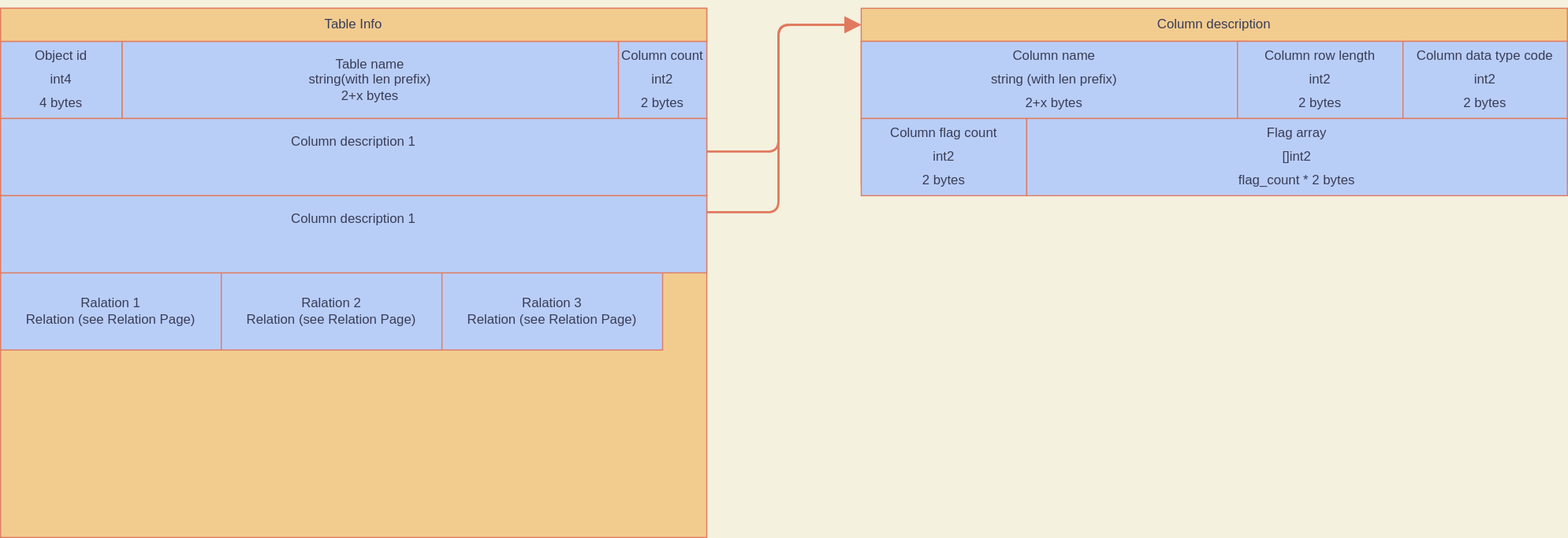
This is documentacion/table_info.doc.svg from Harry29-exe/HomegrownDB, a draw.io export, as it was before one commit. Source tidied: cells renumbered, new cells last; positions are measured from the earlier drawing's top-left corner, leaving out a move shared by most shapes.
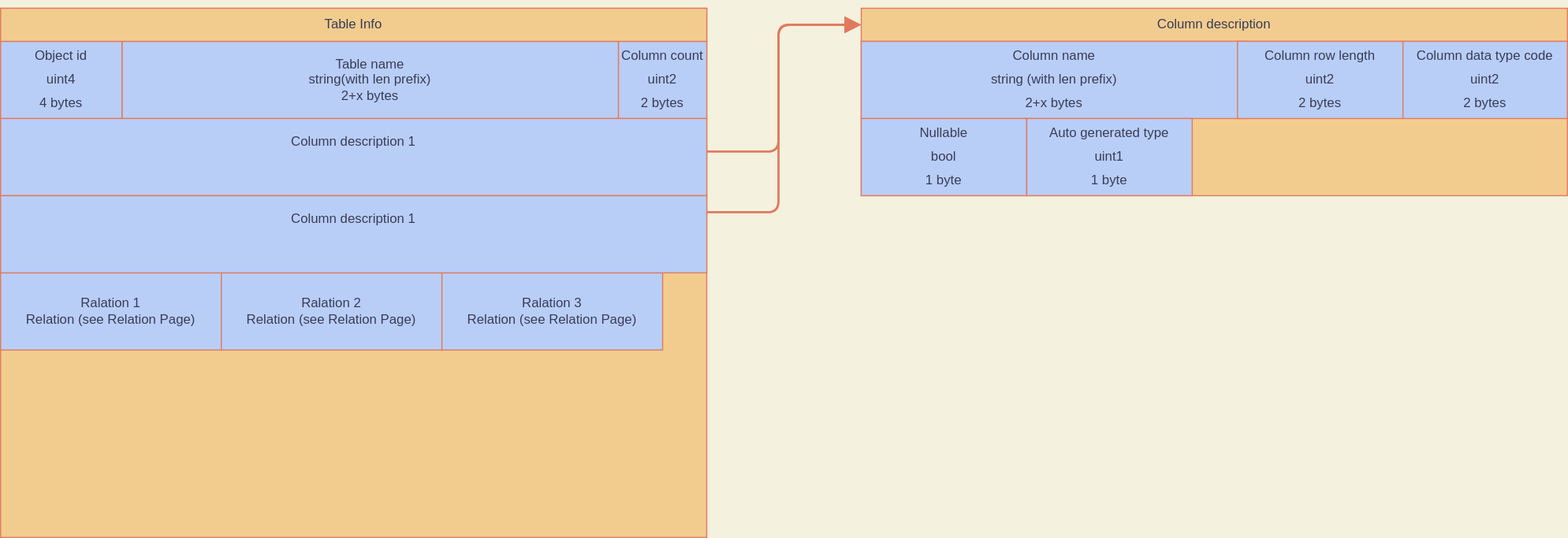
Later version of the same file.

Change to the diagram source:
```diff
@@ -3,7 +3,7 @@
     <mxCell id="0" />
     <mxCell id="1" parent="0" />
     <mxCell id="2" value="&lt;p style=&quot;line-height: 1.8&quot;&gt;&lt;br&gt;&lt;/p&gt;" style="rounded=0;whiteSpace=wrap;html=1;sketch=0;fontColor=#393C56;strokeColor=#E07A5F;fillColor=#F2CC8F;fontStyle=0;verticalAlign=middle;" parent="1" vertex="1">
-      <mxGeometry x="780" y="30" width="640" height="130" as="geometry" />
+      <mxGeometry x="780" y="30" width="640" height="140" as="geometry" />
     </mxCell>
     <mxCell id="3" style="rounded=0;whiteSpace=wrap;html=1;fillColor=#F2CC8F;strokeColor=#E07A5F;fontColor=#393C56;" parent="1" vertex="1">
       <mxGeometry width="640" height="480" as="geometry" />
@@ -11,7 +11,7 @@
     <mxCell id="4" value="&lt;span&gt;Table name&lt;/span&gt;&lt;br&gt;&lt;span&gt;string(with len prefix)&lt;br&gt;&lt;/span&gt;&lt;span&gt;2+x bytes&lt;/span&gt;&lt;span&gt;&lt;br&gt;&lt;/span&gt;" style="rounded=0;whiteSpace=wrap;html=1;sketch=0;fontColor=#393C56;strokeColor=#E07A5F;fillColor=#B9CEF7;fontStyle=0;labelBackgroundColor=none;" parent="1" vertex="1">
       <mxGeometry x="110" y="30" width="450" height="70" as="geometry" />
     </mxCell>
-    <mxCell id="5" value="&lt;p style=&quot;line-height: 1.8&quot;&gt;Object id&lt;br&gt;int4&lt;br&gt;4 bytes&lt;/p&gt;" style="rounded=0;whiteSpace=wrap;html=1;sketch=0;fontColor=#393C56;strokeColor=#E07A5F;fillColor=#B9CEF7;fontStyle=0;spacing=2;" parent="1" vertex="1">
+    <mxCell id="5" value="&lt;p style=&quot;line-height: 1.8&quot;&gt;Object id&lt;br&gt;uint4&lt;br&gt;4 bytes&lt;/p&gt;" style="rounded=0;whiteSpace=wrap;html=1;sketch=0;fontColor=#393C56;strokeColor=#E07A5F;fillColor=#B9CEF7;fontStyle=0;spacing=2;" parent="1" vertex="1">
       <mxGeometry y="30" width="110" height="70" as="geometry" />
     </mxCell>
     <mxCell id="6" style="rounded=1;sketch=0;jettySize=auto;html=1;fontColor=#393C56;strokeColor=#E07A5F;fillColor=#F2CC8F;strokeWidth=2;edgeStyle=orthogonalEdgeStyle;endArrow=block;endFill=1;endSize=10;entryX=0;entryY=0.5;entryDx=0;entryDy=0;exitX=1;exitY=0.5;exitDx=0;exitDy=0;" parent="1" edge="1" source="18" target="12">
@@ -29,7 +29,7 @@
         <mxPoint x="630" y="185" as="sourcePoint" />
       </mxGeometry>
     </mxCell>
-    <mxCell id="8" value="&lt;p style=&quot;line-height: 1.8&quot;&gt;Column count&lt;br&gt;int2&lt;br&gt;2 bytes&lt;/p&gt;" style="rounded=0;whiteSpace=wrap;html=1;sketch=0;fontColor=#393C56;strokeColor=#E07A5F;fillColor=#B9CEF7;fontStyle=0;spacing=2;" parent="1" vertex="1">
+    <mxCell id="8" value="&lt;p style=&quot;line-height: 1.8&quot;&gt;Column count&lt;br&gt;uint2&lt;br&gt;2 bytes&lt;/p&gt;" style="rounded=0;whiteSpace=wrap;html=1;sketch=0;fontColor=#393C56;strokeColor=#E07A5F;fillColor=#B9CEF7;fontStyle=0;spacing=2;" parent="1" vertex="1">
       <mxGeometry x="560" y="30" width="80" height="70" as="geometry" />
     </mxCell>
     <mxCell id="9" value="Ralation 1&lt;br&gt;Relation (see Relation Page)" style="rounded=0;whiteSpace=wrap;html=1;sketch=0;fontColor=#393C56;strokeColor=#E07A5F;fillColor=#B9CEF7;verticalAlign=middle;" parent="1" vertex="1">
@@ -47,18 +47,15 @@
     <mxCell id="13" value="&lt;p style=&quot;line-height: 1.8&quot;&gt;Column name&lt;br&gt;string (with len prefix)&lt;br&gt;2+x bytes&lt;/p&gt;" style="rounded=0;whiteSpace=wrap;html=1;sketch=0;fontColor=#393C56;strokeColor=#E07A5F;fillColor=#B9CEF7;fontStyle=0;spacing=2;" parent="1" vertex="1">
       <mxGeometry x="780" y="30" width="350" height="70" as="geometry" />
     </mxCell>
-    <mxCell id="14" value="&lt;p style=&quot;line-height: 1.8&quot;&gt;Column row length&lt;br&gt;int2&lt;br&gt;2 bytes&lt;/p&gt;" style="rounded=0;whiteSpace=wrap;html=1;sketch=0;fontColor=#393C56;strokeColor=#E07A5F;fillColor=#B9CEF7;fontStyle=0;spacing=2;" parent="1" vertex="1">
+    <mxCell id="14" value="&lt;p style=&quot;line-height: 1.8&quot;&gt;Column row length&lt;br&gt;uint2&lt;br&gt;2 bytes&lt;/p&gt;" style="rounded=0;whiteSpace=wrap;html=1;sketch=0;fontColor=#393C56;strokeColor=#E07A5F;fillColor=#B9CEF7;fontStyle=0;spacing=2;" parent="1" vertex="1">
       <mxGeometry x="1121" y="30" width="150" height="70" as="geometry" />
     </mxCell>
-    <mxCell id="15" value="&lt;p style=&quot;line-height: 1.8&quot;&gt;Column data type code&lt;br&gt;int2&lt;br&gt;2 bytes&lt;/p&gt;" style="rounded=0;whiteSpace=wrap;html=1;sketch=0;fontColor=#393C56;strokeColor=#E07A5F;fillColor=#B9CEF7;fontStyle=0;spacing=2;" parent="1" vertex="1">
+    <mxCell id="15" value="&lt;p style=&quot;line-height: 1.8&quot;&gt;Column data type code&lt;br&gt;uint2&lt;br&gt;2 bytes&lt;/p&gt;" style="rounded=0;whiteSpace=wrap;html=1;sketch=0;fontColor=#393C56;strokeColor=#E07A5F;fillColor=#B9CEF7;fontStyle=0;spacing=2;" parent="1" vertex="1">
       <mxGeometry x="1271" y="30" width="149" height="70" as="geometry" />
     </mxCell>
-    <mxCell id="16" value="&lt;p style=&quot;line-height: 1.8&quot;&gt;Column flag count&lt;br&gt;int2&lt;br&gt;2 bytes&lt;/p&gt;" style="rounded=0;whiteSpace=wrap;html=1;sketch=0;fontColor=#393C56;strokeColor=#E07A5F;fillColor=#B9CEF7;fontStyle=0;spacing=2;" parent="1" vertex="1">
+    <mxCell id="16" value="&lt;p style=&quot;line-height: 1.8&quot;&gt;Nullable&lt;br&gt;bool&lt;br&gt;1 byte&lt;/p&gt;" style="rounded=0;whiteSpace=wrap;html=1;sketch=0;fontColor=#393C56;strokeColor=#E07A5F;fillColor=#B9CEF7;fontStyle=0;spacing=2;" parent="1" vertex="1">
       <mxGeometry x="780" y="100" width="150" height="70" as="geometry" />
     </mxCell>
-    <mxCell id="17" value="&lt;p style=&quot;line-height: 1.8&quot;&gt;Flag array&lt;br&gt;[]int2&lt;br&gt;flag_count * 2 bytes&lt;/p&gt;" style="rounded=0;whiteSpace=wrap;html=1;sketch=0;fontColor=#393C56;strokeColor=#E07A5F;fillColor=#B9CEF7;fontStyle=0;spacing=2;" parent="1" vertex="1">
-      <mxGeometry x="930" y="100" width="490" height="70" as="geometry" />
-    </mxCell>
     <mxCell id="18" value="&lt;span&gt;Column description 1&lt;br&gt;&lt;br&gt;&lt;br&gt;&lt;/span&gt;" style="rounded=0;whiteSpace=wrap;html=1;sketch=0;fontColor=#393C56;strokeColor=#E07A5F;fillColor=#B9CEF7;fontStyle=0;labelBackgroundColor=none;" parent="1" vertex="1">
       <mxGeometry y="100" width="640" height="70" as="geometry" />
     </mxCell>
@@ -68,5 +65,8 @@
     <mxCell id="20" value="Table Info" style="rounded=0;whiteSpace=wrap;html=1;fillColor=#F2CC8F;strokeColor=#E07A5F;fontColor=#393C56;" parent="1" vertex="1">
       <mxGeometry width="640" height="30" as="geometry" />
     </mxCell>
+    <mxCell id="21" value="&lt;p style=&quot;line-height: 1.8&quot;&gt;Auto generated type&lt;br&gt;uint1&lt;br&gt;1 byte&lt;/p&gt;" style="rounded=0;whiteSpace=wrap;html=1;sketch=0;fontColor=#393C56;strokeColor=#E07A5F;fillColor=#B9CEF7;fontStyle=0;spacing=2;" parent="1" vertex="1">
+      <mxGeometry x="930" y="100" width="150" height="70" as="geometry" />
+    </mxCell>
   </root>
 </mxGraphModel>
```
